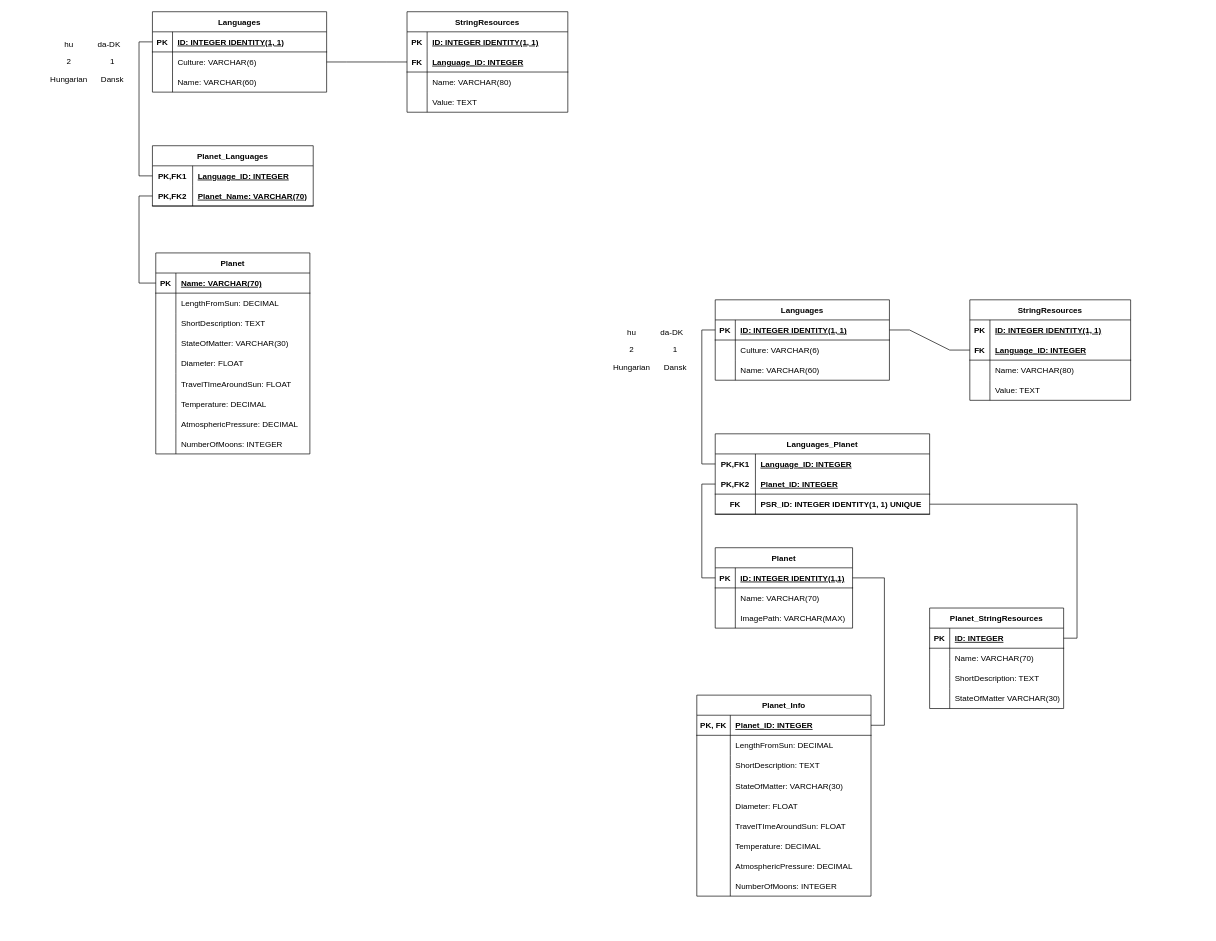
Earlier version of the draw.io diagram Documentation/RDS diagram.drawio (TGPGamez/The-Solar-System). Source tidied: cells renumbered, new cells numbered last; positions are measured from the earlier drawing's top-left corner, leaving out a move shared by most shapes. Both pictures are drawn from the tidied source at 67%, with x=0, y=0 at pixel (45, 11).
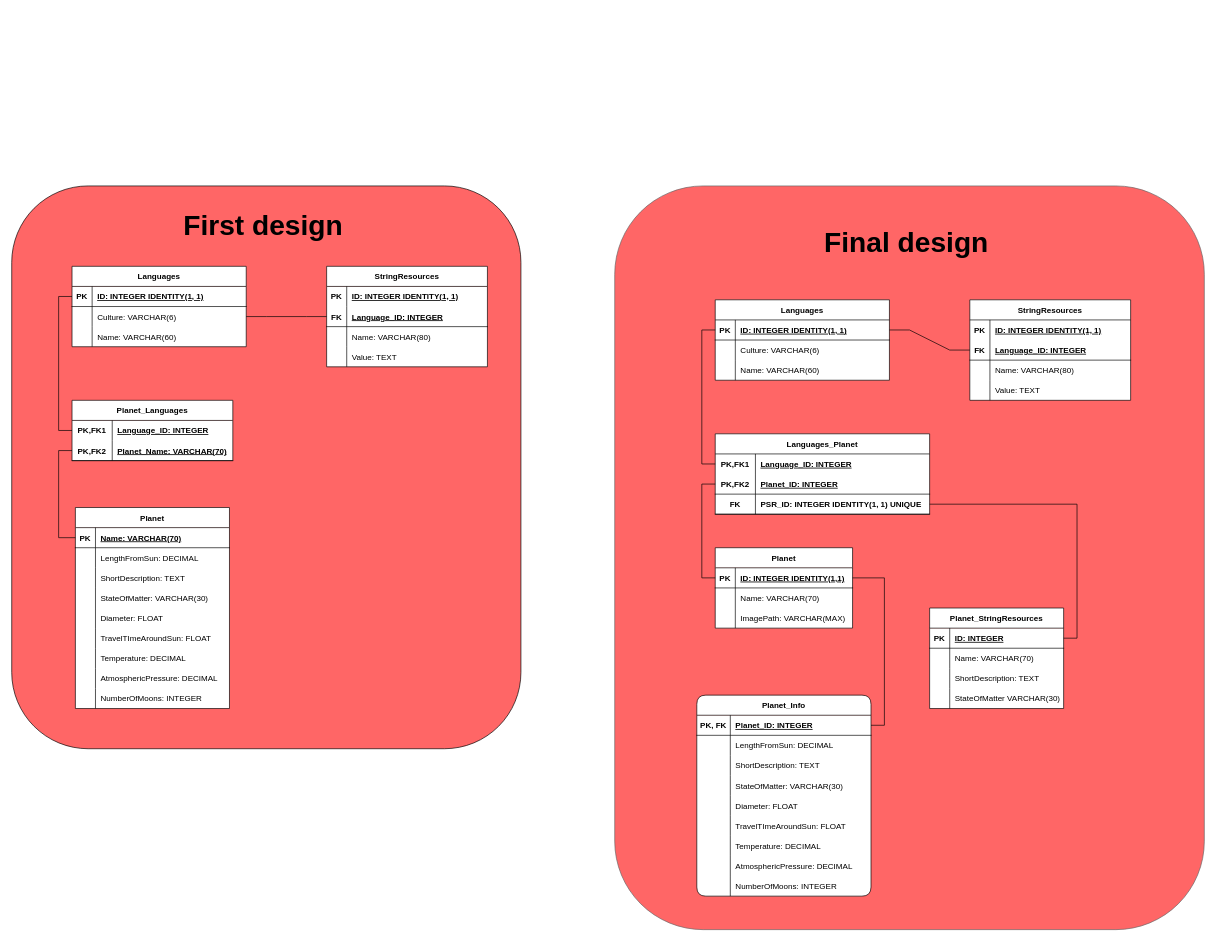
The same page after the edit.

The edit, as a diff of the source:
```diff
@@
+    <mxCell id="164" style="rounded=1;whiteSpace=wrap;html=1;shadow=0;sketch=0;fontSize=42;fillColor=#FF6666;gradientColor=none;" parent="1" vertex="1">
+      <mxGeometry x="-50" y="260" width="760" height="840" as="geometry" />
+    </mxCell>
-    <mxCell id="2" value="Languages" style="shape=table;startSize=30;childLayout=tableLayout;rowLines=0;fontStyle=1;align=center;" parent="1" vertex="1">
-      <mxGeometry x="160" width="260" height="120" as="geometry" />
+    <mxCell id="2" value="Languages" style="shape=table;startSize=30;childLayout=tableLayout;rowLines=0;fontStyle=1;align=center;swimlaneFillColor=#FFFFFF;" parent="1" vertex="1">
+      <mxGeometry x="40" y="380" width="260" height="120" as="geometry" />
     </mxCell>
@@
-    <mxCell id="12" value="StringResources" style="shape=table;startSize=30;childLayout=tableLayout;rowLines=0;fontStyle=1;align=center;" parent="1" vertex="1">
-      <mxGeometry x="540" width="240" height="150" as="geometry" />
+    <mxCell id="12" value="StringResources" style="shape=table;startSize=30;childLayout=tableLayout;rowLines=0;fontStyle=1;align=center;swimlaneFillColor=#FFFFFF;" parent="1" vertex="1">
+      <mxGeometry x="420" y="380" width="240" height="150" as="geometry" />
     </mxCell>
@@
-    <mxCell id="26" value="Planet" style="shape=table;startSize=30;childLayout=tableLayout;rowLines=0;fontStyle=1;align=center;" parent="1" vertex="1">
-      <mxGeometry x="165" y="360" width="230" height="300" as="geometry" />
+    <mxCell id="26" value="Planet" style="shape=table;startSize=30;childLayout=tableLayout;rowLines=0;fontStyle=1;align=center;swimlaneFillColor=#FFFFFF;" parent="1" vertex="1">
+      <mxGeometry x="45" y="740" width="230" height="300" as="geometry" />
     </mxCell>
@@
-    <mxCell id="54" value="da-DK" style="text;html=1;align=center;verticalAlign=middle;strokeColor=none;fillColor=none;" parent="1" vertex="1">
-      <mxGeometry x="70" y="39" width="50" height="20" as="geometry" />
-    </mxCell>
-    <mxCell id="55" value="Planet_Languages" style="shape=table;startSize=30;childLayout=tableLayout;rowLines=0;fontStyle=1;align=center;" parent="1" vertex="1">
-      <mxGeometry x="160" y="200" width="240" height="90" as="geometry" />
+    <mxCell id="55" value="Planet_Languages" style="shape=table;startSize=30;childLayout=tableLayout;rowLines=0;fontStyle=1;align=center;swimlaneFillColor=#FFFFFF;" parent="1" vertex="1">
+      <mxGeometry x="40" y="580" width="240" height="90" as="geometry" />
     </mxCell>
@@
-    <mxCell id="63" value="1" style="text;html=1;align=center;verticalAlign=middle;strokeColor=none;fillColor=none;" parent="1" vertex="1">
-      <mxGeometry x="90" y="65" width="20" height="20" as="geometry" />
-    </mxCell>
-    <mxCell id="64" value="Dansk" style="text;html=1;align=center;verticalAlign=middle;strokeColor=none;fillColor=none;" parent="1" vertex="1">
-      <mxGeometry x="75" y="91" width="50" height="20" as="geometry" />
-    </mxCell>
-    <mxCell id="65" value="hu" style="text;html=1;align=center;verticalAlign=middle;strokeColor=none;fillColor=none;" parent="1" vertex="1">
-      <mxGeometry x="20" y="39" width="30" height="20" as="geometry" />
-    </mxCell>
-    <mxCell id="66" value="2" style="text;html=1;align=center;verticalAlign=middle;strokeColor=none;fillColor=none;" parent="1" vertex="1">
-      <mxGeometry x="25" y="65" width="20" height="20" as="geometry" />
-    </mxCell>
-    <mxCell id="67" value="Hungarian" style="text;html=1;align=center;verticalAlign=middle;strokeColor=none;fillColor=none;" parent="1" vertex="1">
-      <mxGeometry y="91" width="70" height="20" as="geometry" />
-    </mxCell>
+    <mxCell id="165" style="rounded=1;whiteSpace=wrap;html=1;fillColor=#FF6666;strokeColor=#666666;fontColor=#333333;" parent="1" vertex="1">
+      <mxGeometry x="850" y="260" width="880" height="1110" as="geometry" />
+    </mxCell>
@@
-    <mxCell id="69" value="Planet_Info" style="shape=table;startSize=30;childLayout=tableLayout;rowLines=0;fontStyle=1;align=center;" parent="1" vertex="1">
+    <mxCell id="69" value="Planet_Info" style="shape=table;startSize=30;childLayout=tableLayout;rowLines=0;fontStyle=1;align=center;rounded=1;shadow=0;sketch=0;gradientColor=none;swimlaneFillColor=#FFFFFF;" parent="1" vertex="1">
       <mxGeometry x="972.5" y="1020" width="260" height="300" as="geometry" />
     </mxCell>
@@
-    <mxCell id="97" value="Languages" style="shape=table;startSize=30;childLayout=tableLayout;rowLines=0;fontStyle=1;align=center;" parent="1" vertex="1">
+    <mxCell id="97" value="Languages" style="shape=table;startSize=30;childLayout=tableLayout;rowLines=0;fontStyle=1;align=center;swimlaneFillColor=#FFFFFF;" parent="1" vertex="1">
       <mxGeometry x="1000" y="430" width="260" height="120" as="geometry" />
     </mxCell>
@@
-    <mxCell id="107" value="StringResources" style="shape=table;startSize=30;childLayout=tableLayout;rowLines=0;fontStyle=1;align=center;" parent="1" vertex="1">
+    <mxCell id="107" value="StringResources" style="shape=table;startSize=30;childLayout=tableLayout;rowLines=0;fontStyle=1;align=center;swimlaneFillColor=#FFFFFF;" parent="1" vertex="1">
       <mxGeometry x="1380" y="430" width="240" height="150" as="geometry" />
     </mxCell>
@@
-    <mxCell id="121" value="da-DK" style="text;html=1;align=center;verticalAlign=middle;strokeColor=none;fillColor=none;" parent="1" vertex="1">
-      <mxGeometry x="910" y="469" width="50" height="20" as="geometry" />
-    </mxCell>
-    <mxCell id="122" value="Languages_Planet" style="shape=table;startSize=30;childLayout=tableLayout;rowLines=0;fontStyle=1;align=center;" parent="1" vertex="1">
+    <mxCell id="122" value="Languages_Planet" style="shape=table;startSize=30;childLayout=tableLayout;rowLines=0;fontStyle=1;align=center;swimlaneFillColor=#FFFFFF;" parent="1" vertex="1">
       <mxGeometry x="1000" y="630" width="320" height="120" as="geometry" />
     </mxCell>
@@
-    <mxCell id="132" value="1" style="text;html=1;align=center;verticalAlign=middle;strokeColor=none;fillColor=none;" parent="1" vertex="1">
-      <mxGeometry x="930" y="495" width="20" height="20" as="geometry" />
-    </mxCell>
-    <mxCell id="133" value="Dansk" style="text;html=1;align=center;verticalAlign=middle;strokeColor=none;fillColor=none;" parent="1" vertex="1">
-      <mxGeometry x="915" y="521" width="50" height="20" as="geometry" />
-    </mxCell>
-    <mxCell id="134" value="hu" style="text;html=1;align=center;verticalAlign=middle;strokeColor=none;fillColor=none;" parent="1" vertex="1">
-      <mxGeometry x="860" y="469" width="30" height="20" as="geometry" />
-    </mxCell>
-    <mxCell id="135" value="2" style="text;html=1;align=center;verticalAlign=middle;strokeColor=none;fillColor=none;" parent="1" vertex="1">
-      <mxGeometry x="865" y="495" width="20" height="20" as="geometry" />
-    </mxCell>
-    <mxCell id="136" value="Hungarian" style="text;html=1;align=center;verticalAlign=middle;strokeColor=none;fillColor=none;" parent="1" vertex="1">
-      <mxGeometry x="840" y="521" width="70" height="20" as="geometry" />
-    </mxCell>
@@
-    <mxCell id="138" value="Planet" style="shape=table;startSize=30;childLayout=tableLayout;rowLines=0;fontStyle=1;align=center;" parent="1" vertex="1">
+    <mxCell id="138" value="Planet" style="shape=table;startSize=30;childLayout=tableLayout;rowLines=0;fontStyle=1;align=center;swimlaneFillColor=#FFFFFF;" parent="1" vertex="1">
       <mxGeometry x="1000" y="800" width="205" height="120" as="geometry" />
     </mxCell>
@@
-    <mxCell id="149" value="Planet_StringResources" style="shape=table;startSize=30;childLayout=tableLayout;rowLines=0;fontStyle=1;align=center;" parent="1" vertex="1">
+    <mxCell id="149" value="Planet_StringResources" style="shape=table;startSize=30;childLayout=tableLayout;rowLines=0;fontStyle=1;align=center;swimlaneFillColor=#FFFFFF;" parent="1" vertex="1">
       <mxGeometry x="1320" y="890" width="200" height="150" as="geometry" />
     </mxCell>
@@
+    <mxCell id="166" value="&lt;font size=&quot;1&quot;&gt;&lt;b style=&quot;font-size: 42px&quot;&gt;Final design&lt;/b&gt;&lt;/font&gt;" style="text;html=1;align=center;verticalAlign=middle;strokeColor=none;fillColor=none;" parent="1" vertex="1">
+      <mxGeometry x="1155" y="330" width="260" height="30" as="geometry" />
+    </mxCell>
+    <mxCell id="167" value="&lt;b&gt;First design&lt;/b&gt;" style="text;html=1;align=center;verticalAlign=middle;strokeColor=none;fillColor=none;fontSize=42;" parent="1" vertex="1">
+      <mxGeometry x="200" y="290" width="250" height="60" as="geometry" />
+    </mxCell>
```
